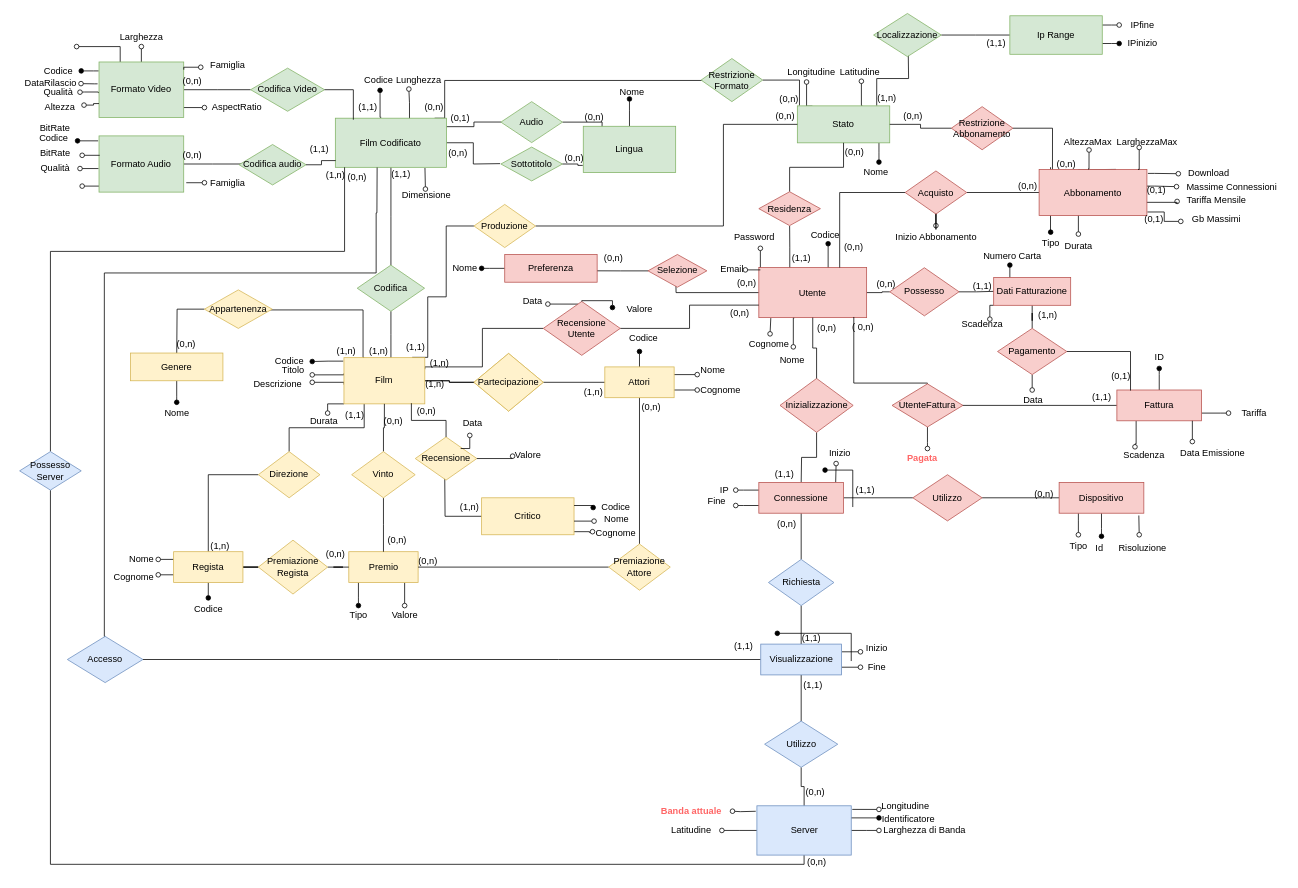
Above: ER ristrutturato final(2).drawio in LGranucci/FilmSphere (draw.io), before the change. Source tidied: cells renumbered, new cells numbered last; positions are measured from the earlier drawing's top-left corner, leaving out a move shared by most shapes. Both pictures are drawn from the tidied source at 77%, with x=0, y=0 at pixel (13, 13).
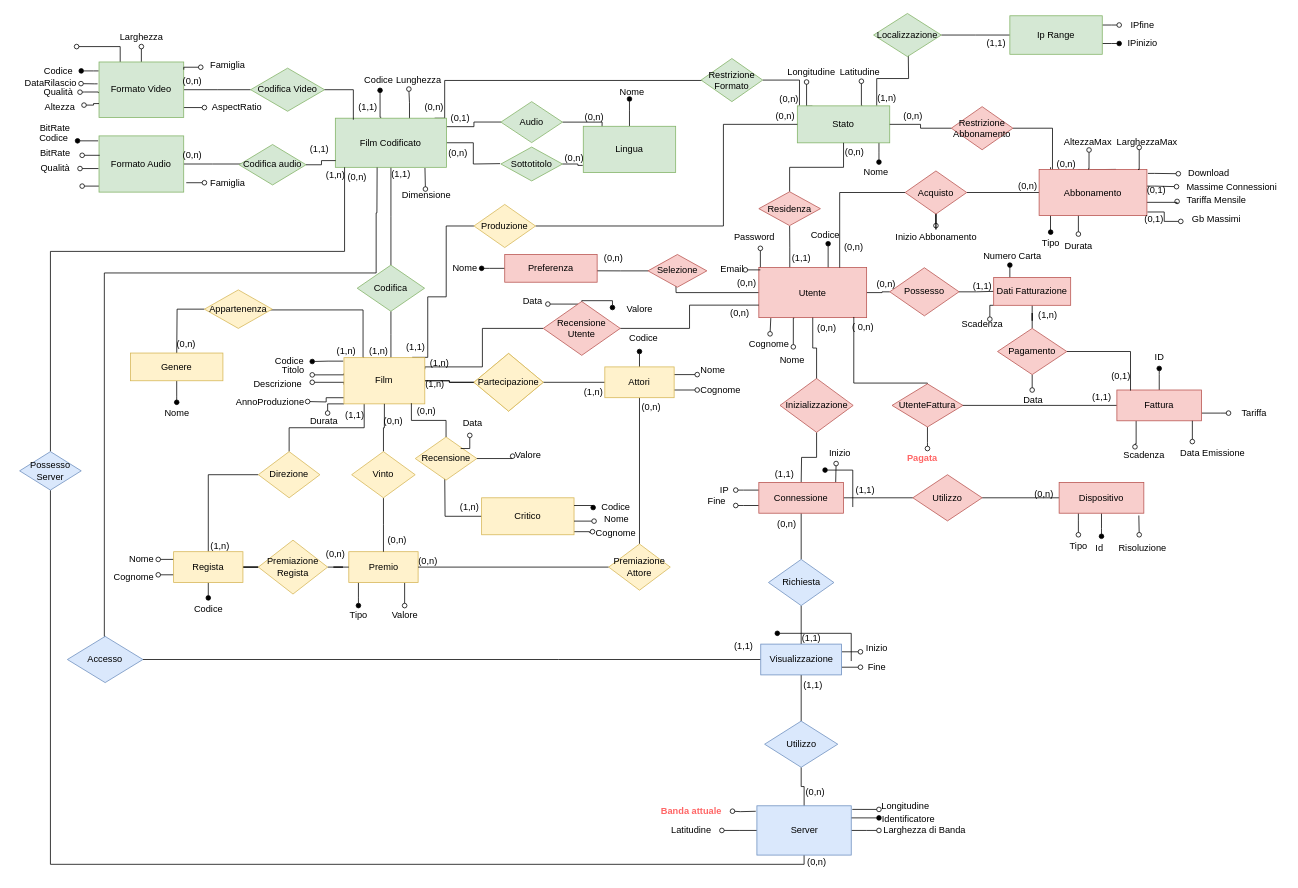
Above is the later version.

The change refers to these unchanged cells:
```xml
<mxCell id="13" value="&lt;font style=&quot;font-size: 12px;&quot;&gt;Film&lt;/font&gt;" style="rounded=0;whiteSpace=wrap;html=1;fillColor=#fff2cc;strokeColor=#d6b656;" parent="1" vertex="1">
  <mxGeometry x="429.2" y="447" width="105" height="60" as="geometry" />
</mxCell>
```

The edit, as a diff of the source:
```diff
@@
+    <mxCell id="328" style="edgeStyle=orthogonalEdgeStyle;rounded=0;jettySize=auto;html=1;exitX=-0.002;exitY=0.867;exitDx=0;exitDy=0;exitPerimeter=0;endArrow=oval;endFill=0;" parent="1" edge="1" source="13">
+      <mxGeometry relative="1" as="geometry">
+        <mxPoint x="382" y="504" as="targetPoint" />
+      </mxGeometry>
+    </mxCell>
@@
+    <mxCell id="329" value="AnnoProduzione" style="text;html=1;align=center;verticalAlign=middle;strokeColor=none;fillColor=none;" parent="1" vertex="1">
+      <mxGeometry x="273" y="492.5" width="120" height="24" as="geometry" />
+    </mxCell>
```
